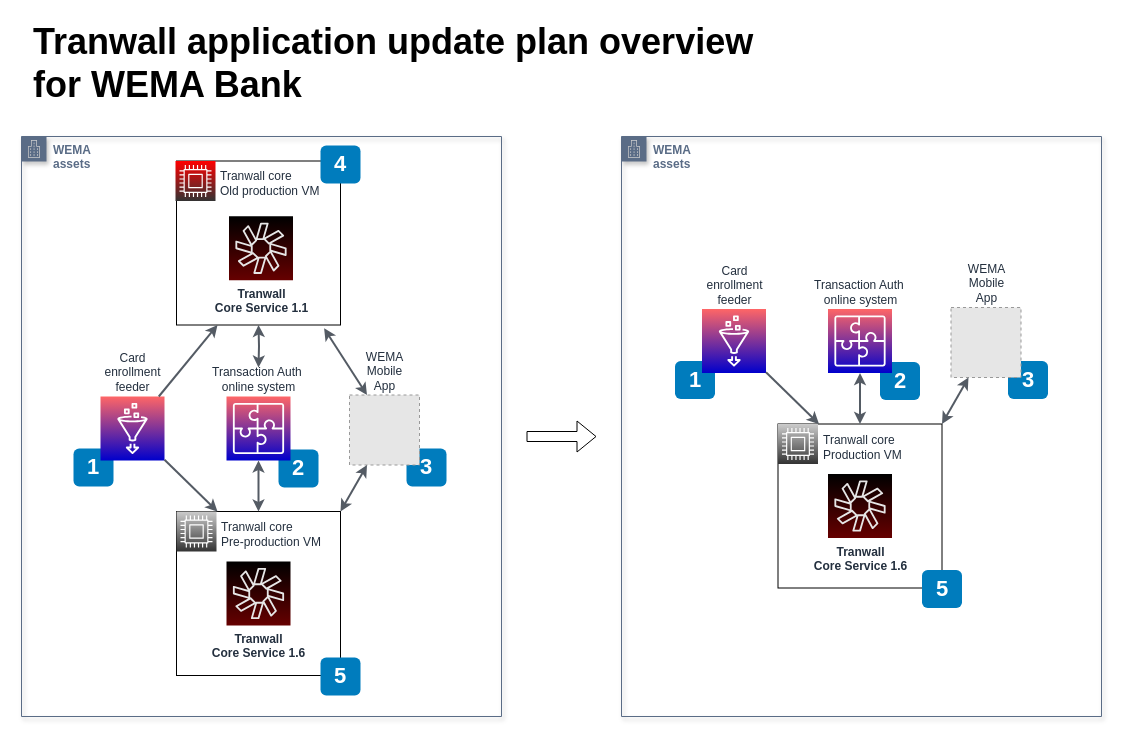
The draw.io diagram WEMA-prod-update.drawio in 7ak/draw.io, before the edit. Source tidied: cells renumbered, new cells numbered last; positions are measured from the earlier drawing's top-left corner, leaving out a move shared by most shapes. Both pictures are drawn from the tidied source at 100%, with x=0, y=0 at pixel (21, 17). Pictures stored in the file or linked from it are replaced by grey dashed boxes.
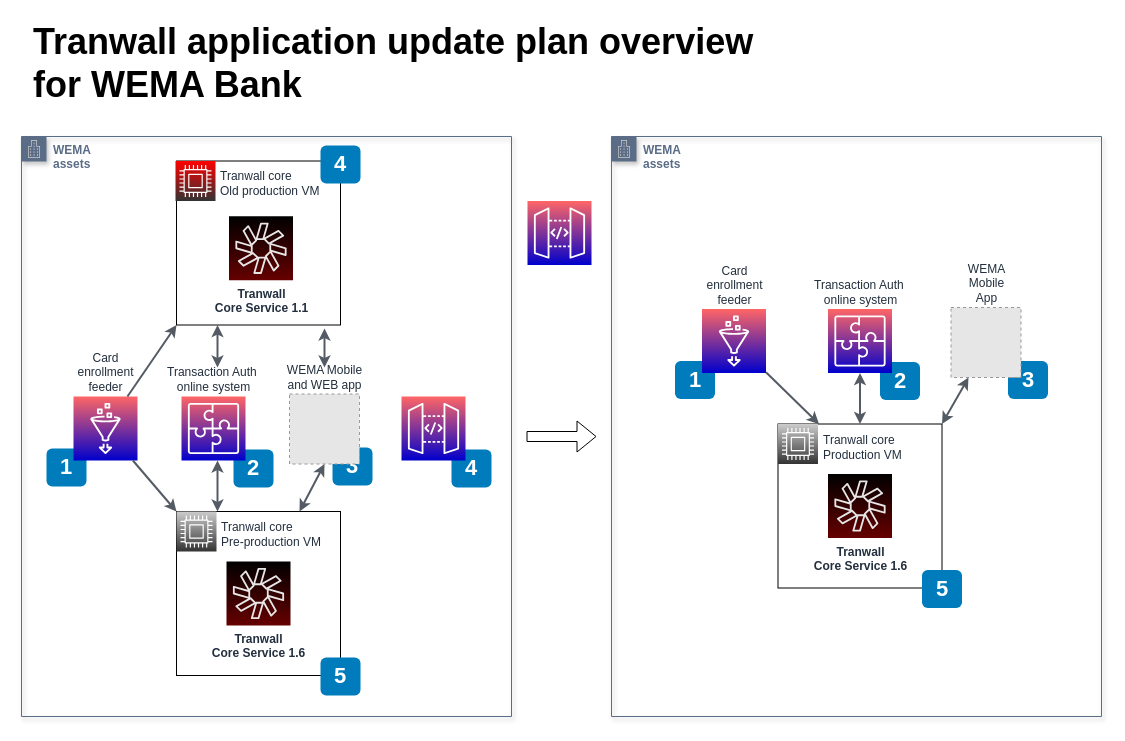
The same diagram, later.

The change refers to these unchanged cells:
```xml
<mxCell id="3" style="whiteSpace=wrap;html=1;dashed=0;fontColor=#AAB7B8;fontStyle=0;align=left;verticalAlign=top;strokeColor=#000000;fillColor=none;gradientColor=none;spacingLeft=30;" parent="1" vertex="1">
  <mxGeometry x="155" y="143.5" width="164" height="164" as="geometry" />
</mxCell>
<mxCell id="7" style="whiteSpace=wrap;html=1;dashed=0;fontColor=#AAB7B8;fontStyle=0;align=left;verticalAlign=top;strokeColor=#000000;fillColor=none;gradientColor=none;spacingLeft=30;" parent="1" vertex="1">
  <mxGeometry x="155" y="494" width="164" height="164" as="geometry" />
</mxCell>
```

What changed in the source:
```diff
@@
     <mxCell id="2" value="WEMA&lt;br&gt;assets" style="gradientColor=#ffffff;html=1;whiteSpace=wrap;fontSize=12;fontStyle=1;shape=mxgraph.aws4.group;grIcon=mxgraph.aws4.group_corporate_data_center;strokeColor=#5A6C86;fillColor=none;verticalAlign=top;align=left;spacingLeft=30;fontColor=#5A6C86;dashed=0;shadow=1;" parent="1" vertex="1">
-      <mxGeometry y="119" width="480" height="580" as="geometry" />
+      <mxGeometry y="119" width="490" height="580" as="geometry" />
     </mxCell>
+    <mxCell id="39" value="4" style="rounded=1;whiteSpace=wrap;html=1;fillColor=#007CBD;strokeColor=none;fontColor=#FFFFFF;fontStyle=1;fontSize=22;" parent="1" vertex="1">
+      <mxGeometry x="430" y="432" width="40" height="38" as="geometry" />
+    </mxCell>
@@
     <mxCell id="4" value="2" style="rounded=1;whiteSpace=wrap;html=1;fillColor=#007CBD;strokeColor=none;fontColor=#FFFFFF;fontStyle=1;fontSize=22;" parent="1" vertex="1">
-      <mxGeometry x="257" y="432" width="40" height="38" as="geometry" />
+      <mxGeometry x="212" y="432" width="40" height="38" as="geometry" />
     </mxCell>
     <mxCell id="5" value="WEMA&lt;br&gt;assets" style="gradientColor=#ffffff;html=1;whiteSpace=wrap;fontSize=12;fontStyle=1;shape=mxgraph.aws4.group;grIcon=mxgraph.aws4.group_corporate_data_center;strokeColor=#5A6C86;fillColor=none;verticalAlign=top;align=left;spacingLeft=30;fontColor=#5A6C86;dashed=0;shadow=1;" parent="1" vertex="1">
-      <mxGeometry x="600" y="119" width="480" height="580" as="geometry" />
+      <mxGeometry x="590" y="119" width="490" height="580" as="geometry" />
     </mxCell>
@@
     <mxCell id="11" value="1" style="rounded=1;whiteSpace=wrap;html=1;fillColor=#007CBD;strokeColor=none;fontColor=#FFFFFF;fontStyle=1;fontSize=22;" parent="1" vertex="1">
-      <mxGeometry x="52" y="431" width="40" height="38" as="geometry" />
+      <mxGeometry x="25" y="431" width="40" height="38" as="geometry" />
     </mxCell>
@@
     <mxCell id="13" value="Transaction Auth&amp;nbsp;&lt;br&gt;online system" style="outlineConnect=0;fontColor=#232F3E;gradientColor=#FF6666;gradientDirection=north;fillColor=#0000CC;strokeColor=#ffffff;dashed=0;verticalLabelPosition=top;verticalAlign=bottom;align=center;html=1;fontSize=12;fontStyle=0;shape=mxgraph.aws4.resourceIcon;resIcon=mxgraph.aws4.application_integration;labelPosition=center;" parent="1" vertex="1">
-      <mxGeometry x="205" y="379" width="64" height="64" as="geometry" />
+      <mxGeometry x="160" y="379" width="64" height="64" as="geometry" />
     </mxCell>
-    <mxCell id="14" style="edgeStyle=orthogonalEdgeStyle;rounded=0;jettySize=auto;html=1;strokeColor=#545B64;strokeWidth=2;endFill=1;endArrow=classic;startArrow=classic;startFill=1;entryX=0.5;entryY=1;entryDx=0;entryDy=0;" parent="1" edge="1" target="3">
+    <mxCell id="14" style="edgeStyle=orthogonalEdgeStyle;rounded=0;jettySize=auto;html=1;strokeColor=#545B64;strokeWidth=2;endFill=1;endArrow=classic;startArrow=classic;startFill=1;entryX=0.25;entryY=1;entryDx=0;entryDy=0;" parent="1" edge="1" target="3">
       <mxGeometry relative="1" as="geometry">
-        <mxPoint x="237" y="350" as="sourcePoint" />
+        <mxPoint x="196" y="350" as="sourcePoint" />
+        <Array as="points">
+          <mxPoint x="196" y="350" />
+        </Array>
       </mxGeometry>
     </mxCell>
@@
     <mxCell id="16" value="3" style="rounded=1;whiteSpace=wrap;html=1;fillColor=#007CBD;strokeColor=none;fontColor=#FFFFFF;fontStyle=1;fontSize=22;" parent="1" vertex="1">
-      <mxGeometry x="385" y="431" width="40" height="38" as="geometry" />
+      <mxGeometry x="311" y="430" width="40" height="38" as="geometry" />
     </mxCell>
-    <mxCell id="17" style="rounded=0;jettySize=auto;html=1;strokeColor=#545B64;strokeWidth=2;endFill=1;endArrow=classic;startArrow=classic;startFill=1;entryX=0.9;entryY=1.02;entryDx=0;entryDy=0;entryPerimeter=0;exitX=0.25;exitY=0;exitDx=0;exitDy=0;" parent="1" edge="1" source="19" target="3">
-      <mxGeometry relative="1" as="geometry" />
+    <mxCell id="17" style="rounded=0;orthogonalLoop=1;jettySize=auto;html=1;strokeColor=#545B64;strokeWidth=2;endFill=1;endArrow=classic;startArrow=classic;startFill=1;" parent="1" edge="1">
+      <mxGeometry relative="1" as="geometry">
+        <mxPoint x="303" y="350" as="sourcePoint" />
+        <mxPoint x="303" y="311" as="targetPoint" />
+      </mxGeometry>
     </mxCell>
@@
-    <mxCell id="19" value="WEMA&lt;br&gt;Mobile&lt;br&gt;App" style="fillColor=#E6E6E6;strokeColor=#999999;dashed=1;html=1;verticalAlign=bottom;verticalLabelPosition=top;fontColor=#232F3E;fontStyle=0;labelPosition=center;align=center;" parent="1" vertex="1">
-      <mxGeometry x="328" y="377.5" width="70" height="70" as="geometry" />
+    <mxCell id="19" value="WEMA Mobile&lt;br&gt;and WEB app" style="fillColor=#E6E6E6;strokeColor=#999999;dashed=1;html=1;verticalAlign=bottom;verticalLabelPosition=top;fontColor=#232F3E;fontStyle=0;labelPosition=center;align=center;" parent="1" vertex="1">
+      <mxGeometry x="268" y="376.5" width="70" height="70" as="geometry" />
     </mxCell>
@@
     <mxCell id="21" value="Card &lt;br&gt;enrollment&lt;br&gt;feeder" style="outlineConnect=0;fontColor=#232F3E;gradientColor=#FF6666;gradientDirection=north;fillColor=#0000CC;strokeColor=#ffffff;dashed=0;verticalLabelPosition=top;verticalAlign=bottom;align=center;html=1;fontSize=12;fontStyle=0;shape=mxgraph.aws4.resourceIcon;resIcon=mxgraph.aws4.glue;labelPosition=center;" parent="1" vertex="1">
-      <mxGeometry x="79" y="379" width="64" height="64" as="geometry" />
+      <mxGeometry x="52" y="379" width="64" height="64" as="geometry" />
     </mxCell>
-    <mxCell id="22" style="rounded=0;jettySize=auto;html=1;strokeColor=#545B64;strokeWidth=2;endFill=1;endArrow=classic;startArrow=none;startFill=0;entryX=0.25;entryY=1;entryDx=0;entryDy=0;" parent="1" edge="1" source="21" target="3">
+    <mxCell id="22" style="rounded=0;jettySize=auto;html=1;strokeColor=#545B64;strokeWidth=2;endFill=1;endArrow=classic;startArrow=none;startFill=0;entryX=0;entryY=1;entryDx=0;entryDy=0;" parent="1" edge="1" source="21" target="3">
       <mxGeometry relative="1" as="geometry" />
     </mxCell>
-    <mxCell id="23" style="rounded=0;jettySize=auto;html=1;strokeColor=#545B64;strokeWidth=2;endFill=1;endArrow=classic;startArrow=none;startFill=0;entryX=0.25;entryY=0;entryDx=0;entryDy=0;" parent="1" edge="1" source="21" target="7">
+    <mxCell id="23" style="rounded=0;jettySize=auto;html=1;strokeColor=#545B64;strokeWidth=2;endFill=1;endArrow=classic;startArrow=none;startFill=0;entryX=0;entryY=0;entryDx=0;entryDy=0;" parent="1" edge="1" source="21" target="7">
       <mxGeometry relative="1" as="geometry" />
     </mxCell>
-    <mxCell id="24" style="edgeStyle=orthogonalEdgeStyle;rounded=0;jettySize=auto;html=1;strokeColor=#545B64;strokeWidth=2;endFill=1;endArrow=classic;startArrow=classic;startFill=1;exitX=0.5;exitY=0;exitDx=0;exitDy=0;" parent="1" edge="1" source="7" target="13">
-      <mxGeometry relative="1" as="geometry" />
+    <mxCell id="24" style="edgeStyle=orthogonalEdgeStyle;rounded=0;jettySize=auto;html=1;strokeColor=#545B64;strokeWidth=2;endFill=1;endArrow=classic;startArrow=classic;startFill=1;exitX=0.25;exitY=0;exitDx=0;exitDy=0;" parent="1" edge="1" source="7" target="13">
+      <mxGeometry relative="1" as="geometry">
+        <Array as="points">
+          <mxPoint x="196" y="470" />
+          <mxPoint x="196" y="470" />
+        </Array>
+      </mxGeometry>
     </mxCell>
-    <mxCell id="25" style="rounded=0;jettySize=auto;html=1;strokeColor=#545B64;strokeWidth=2;endFill=1;endArrow=classic;startArrow=classic;startFill=1;entryX=1;entryY=0;entryDx=0;entryDy=0;exitX=0.25;exitY=1;exitDx=0;exitDy=0;" parent="1" edge="1" source="19" target="7">
+    <mxCell id="25" style="rounded=0;jettySize=auto;html=1;strokeColor=#545B64;strokeWidth=2;endFill=1;endArrow=classic;startArrow=classic;startFill=1;entryX=0.75;entryY=0;entryDx=0;entryDy=0;exitX=0.5;exitY=1;exitDx=0;exitDy=0;" parent="1" edge="1" source="19" target="7">
       <mxGeometry relative="1" as="geometry" />
     </mxCell>
@@
+    <mxCell id="40" style="fontColor=#232F3E;gradientColor=#FF6666;gradientDirection=north;fillColor=#0000CC;strokeColor=#ffffff;dashed=0;verticalLabelPosition=bottom;verticalAlign=bottom;align=center;html=1;fontSize=12;fontStyle=0;shape=mxgraph.aws4.resourceIcon;resIcon=mxgraph.aws4.api_gateway;" parent="1" vertex="1">
+      <mxGeometry x="506" y="183.5" width="64" height="64" as="geometry" />
+    </mxCell>
+    <mxCell id="41" style="fontColor=#232F3E;gradientColor=#FF6666;gradientDirection=north;fillColor=#0000CC;strokeColor=#ffffff;dashed=0;verticalLabelPosition=bottom;verticalAlign=bottom;align=center;html=1;fontSize=12;fontStyle=0;shape=mxgraph.aws4.resourceIcon;resIcon=mxgraph.aws4.api_gateway;" parent="1" vertex="1">
+      <mxGeometry x="380" y="379" width="64" height="64" as="geometry" />
+    </mxCell>
```
